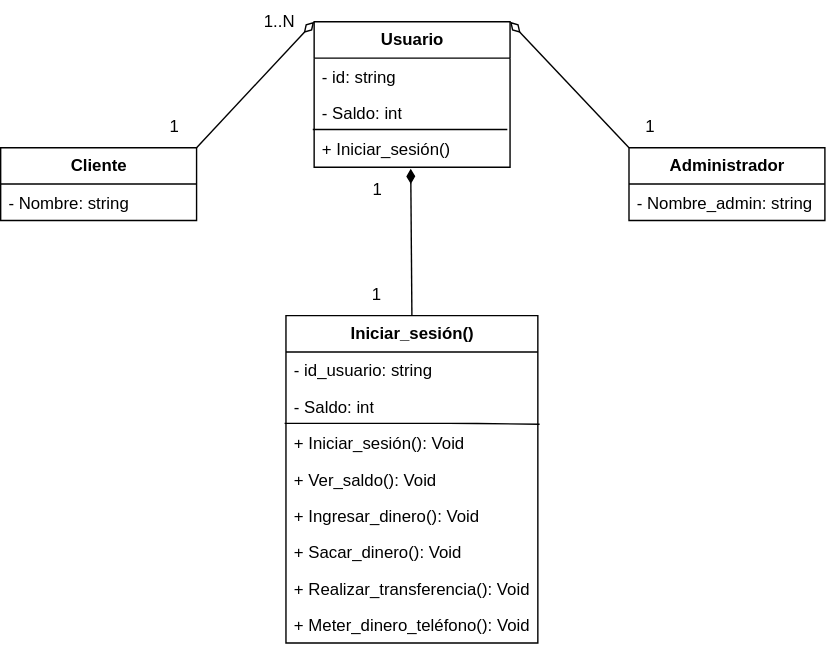
This is Diagrama de clases/Tarea_cajero/DClases-cajero_automatico.svg from GRMiguelAngel/ETS, a draw.io export, as it was before one commit. Source tidied: cells renumbered, new cells last; positions are measured from the earlier drawing's top-left corner, leaving out a move shared by most shapes. Its diagram source:
```xml
<mxGraphModel>
  <root>
    <mxCell id="0" />
    <mxCell id="1" parent="0" />
    <mxCell id="2" value="Cliente" style="swimlane;fontStyle=1;horizontal=1;startSize=26;fillColor=none;html=1;" parent="1" vertex="1">
      <mxGeometry y="105" width="140" height="52" as="geometry" />
    </mxCell>
    <mxCell id="3" value="- Nombre: string" style="text;strokeColor=none;fillColor=none;align=left;verticalAlign=top;spacingLeft=4;spacingRight=4;overflow=hidden;whiteSpace=wrap;html=1;" parent="2" vertex="1">
      <mxGeometry y="26" width="140" height="26" as="geometry" />
    </mxCell>
    <mxCell id="4" value="Administrador" style="swimlane;fontStyle=1;horizontal=1;startSize=26;fillColor=none;html=1;" parent="1" vertex="1">
      <mxGeometry x="449" y="105" width="140" height="52" as="geometry" />
    </mxCell>
    <mxCell id="5" value="- Nombre_admin: string" style="text;strokeColor=none;fillColor=none;align=left;verticalAlign=top;spacingLeft=4;spacingRight=4;overflow=hidden;whiteSpace=wrap;html=1;" parent="4" vertex="1">
      <mxGeometry y="26" width="140" height="26" as="geometry" />
    </mxCell>
    <mxCell id="6" value="Iniciar_sesión()" style="swimlane;fontStyle=1;horizontal=1;startSize=26;fillColor=none;html=1;" parent="1" vertex="1">
      <mxGeometry x="203.9" y="225" width="180" height="234" as="geometry" />
    </mxCell>
    <mxCell id="7" value="- id_usuario: string" style="text;strokeColor=none;fillColor=none;align=left;verticalAlign=top;spacingLeft=4;spacingRight=4;overflow=hidden;whiteSpace=wrap;html=1;" parent="6" vertex="1">
      <mxGeometry y="26" width="180" height="26" as="geometry" />
    </mxCell>
    <mxCell id="8" value="- Saldo: int" style="text;strokeColor=none;fillColor=none;align=left;verticalAlign=top;spacingLeft=4;spacingRight=4;overflow=hidden;whiteSpace=wrap;html=1;" parent="6" vertex="1">
      <mxGeometry y="52" width="180" height="26" as="geometry" />
    </mxCell>
    <mxCell id="9" value="+ Iniciar_sesión(): Void" style="text;strokeColor=none;fillColor=none;align=left;verticalAlign=top;spacingLeft=4;spacingRight=4;overflow=hidden;points=[[0,0.5],[1,0.5]];portConstraint=eastwest;whiteSpace=wrap;html=1;" parent="6" vertex="1">
      <mxGeometry y="78" width="180" height="26" as="geometry" />
    </mxCell>
    <mxCell id="10" style="endArrow=none;html=1;entryX=-0.007;entryY=-0.038;entryDx=0;entryDy=0;entryPerimeter=0;exitX=1.007;exitY=-0.013;exitDx=0;exitDy=0;exitPerimeter=0;" parent="6" edge="1" source="9">
      <mxGeometry relative="1" as="geometry">
        <mxPoint x="-1" y="77" as="targetPoint" />
        <Array as="points">
          <mxPoint x="126.5" y="77" />
        </Array>
      </mxGeometry>
    </mxCell>
    <mxCell id="11" value="+ Ver_saldo(): Void" style="text;strokeColor=none;fillColor=none;align=left;verticalAlign=top;spacingLeft=4;spacingRight=4;overflow=hidden;whiteSpace=wrap;html=1;" parent="6" vertex="1">
      <mxGeometry y="104" width="180" height="26" as="geometry" />
    </mxCell>
    <mxCell id="12" value="+ Ingresar_dinero(): Void" style="text;strokeColor=none;fillColor=none;align=left;verticalAlign=top;spacingLeft=4;spacingRight=4;overflow=hidden;whiteSpace=wrap;html=1;" parent="6" vertex="1">
      <mxGeometry y="130" width="180" height="26" as="geometry" />
    </mxCell>
    <mxCell id="13" value="+ Sacar_dinero(): Void" style="text;strokeColor=none;fillColor=none;align=left;verticalAlign=top;spacingLeft=4;spacingRight=4;overflow=hidden;whiteSpace=wrap;html=1;" parent="6" vertex="1">
      <mxGeometry y="156" width="180" height="26" as="geometry" />
    </mxCell>
    <mxCell id="14" value="+ Realizar_transferencia(): Void" style="text;strokeColor=none;fillColor=none;align=left;verticalAlign=top;spacingLeft=4;spacingRight=4;overflow=hidden;whiteSpace=wrap;html=1;" parent="6" vertex="1">
      <mxGeometry y="182" width="180" height="26" as="geometry" />
    </mxCell>
    <mxCell id="15" value="+ Meter_dinero_teléfono(): Void" style="text;strokeColor=none;fillColor=none;align=left;verticalAlign=top;spacingLeft=4;spacingRight=4;overflow=hidden;whiteSpace=wrap;html=1;" parent="6" vertex="1">
      <mxGeometry y="208" width="180" height="26" as="geometry" />
    </mxCell>
    <mxCell id="16" value="Usuario" style="swimlane;fontStyle=1;horizontal=1;startSize=26;fillColor=none;html=1;" parent="1" vertex="1">
      <mxGeometry x="224" y="15" width="140" height="104" as="geometry" />
    </mxCell>
    <mxCell id="17" value="- id: string" style="text;strokeColor=none;fillColor=none;align=left;verticalAlign=top;spacingLeft=4;spacingRight=4;overflow=hidden;whiteSpace=wrap;html=1;" parent="16" vertex="1">
      <mxGeometry y="26" width="140" height="26" as="geometry" />
    </mxCell>
    <mxCell id="18" value="- Saldo: int" style="text;strokeColor=none;fillColor=none;align=left;verticalAlign=top;spacingLeft=4;spacingRight=4;overflow=hidden;whiteSpace=wrap;html=1;" parent="16" vertex="1">
      <mxGeometry y="52" width="140" height="26" as="geometry" />
    </mxCell>
    <mxCell id="19" value="+ Iniciar_sesión()" style="text;strokeColor=none;fillColor=none;align=left;verticalAlign=top;spacingLeft=4;spacingRight=4;overflow=hidden;points=[[0,0.5],[1,0.5]];portConstraint=eastwest;whiteSpace=wrap;html=1;" parent="16" vertex="1">
      <mxGeometry y="78" width="140" height="26" as="geometry" />
    </mxCell>
    <mxCell id="20" style="endArrow=none;html=1;entryX=-0.007;entryY=-0.038;entryDx=0;entryDy=0;entryPerimeter=0;exitX=0.986;exitY=-0.038;exitDx=0;exitDy=0;exitPerimeter=0;" parent="16" edge="1">
      <mxGeometry relative="1" as="geometry">
        <mxPoint x="138" y="77" as="sourcePoint" />
        <mxPoint x="-1" y="77" as="targetPoint" />
      </mxGeometry>
    </mxCell>
    <mxCell id="21" style="endArrow=none;startArrow=diamondThin;endFill=0;startFill=0;html=1;verticalAlign=bottom;labelBackgroundColor=none;strokeWidth=1;startSize=8;endSize=8;entryX=1;entryY=0;entryDx=0;entryDy=0;exitX=0;exitY=0;exitDx=0;exitDy=0;" parent="1" edge="1" source="16" target="2">
      <mxGeometry relative="1" as="geometry" />
    </mxCell>
    <mxCell id="22" style="endArrow=none;startArrow=diamondThin;endFill=0;startFill=0;html=1;verticalAlign=bottom;labelBackgroundColor=none;strokeWidth=1;startSize=8;endSize=8;entryX=0;entryY=0;entryDx=0;entryDy=0;exitX=1;exitY=0;exitDx=0;exitDy=0;" parent="1" edge="1" source="16" target="4">
      <mxGeometry relative="1" as="geometry" />
    </mxCell>
    <mxCell id="23" style="endArrow=none;startArrow=diamondThin;endFill=0;startFill=1;html=1;verticalAlign=bottom;labelBackgroundColor=none;strokeWidth=1;startSize=8;endSize=8;exitX=0.493;exitY=1.038;exitDx=0;exitDy=0;exitPerimeter=0;entryX=0.5;entryY=0;entryDx=0;entryDy=0;" parent="1" edge="1" source="19" target="6">
      <mxGeometry relative="1" as="geometry" />
    </mxCell>
    <mxCell id="24" value="1..N" style="text;html=1;align=center;verticalAlign=middle;strokeColor=none;fillColor=none;" parent="1" vertex="1">
      <mxGeometry x="174" width="50" height="30" as="geometry" />
    </mxCell>
    <mxCell id="25" value="1&lt;br&gt;" style="text;html=1;align=center;verticalAlign=middle;strokeColor=none;fillColor=none;" parent="1" vertex="1">
      <mxGeometry x="109" y="75" width="30" height="30" as="geometry" />
    </mxCell>
    <mxCell id="26" value="1" style="text;html=1;align=center;verticalAlign=middle;strokeColor=none;fillColor=none;" parent="1" vertex="1">
      <mxGeometry x="449" y="75" width="30" height="30" as="geometry" />
    </mxCell>
    <mxCell id="27" value="1" style="text;strokeColor=none;align=center;fillColor=none;html=1;verticalAlign=middle;whiteSpace=wrap;rounded=0;" parent="1" vertex="1">
      <mxGeometry x="239" y="195" width="60" height="30" as="geometry" />
    </mxCell>
    <mxCell id="28" value="1" style="text;html=1;align=center;verticalAlign=middle;strokeColor=none;fillColor=none;" parent="1" vertex="1">
      <mxGeometry x="254" y="120" width="30" height="30" as="geometry" />
    </mxCell>
  </root>
</mxGraphModel>
```
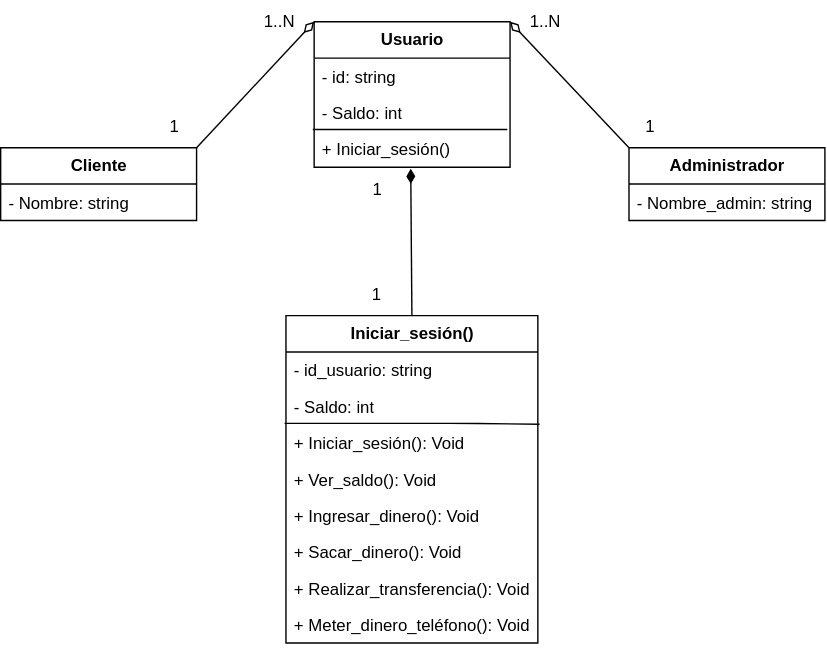
After the change.

Commit message:
Subida de tarea cajero

Change to the diagram source:
```diff
@@ -91,5 +91,8 @@
     <mxCell id="28" value="1" style="text;html=1;align=center;verticalAlign=middle;strokeColor=none;fillColor=none;" parent="1" vertex="1">
       <mxGeometry x="254" y="120" width="30" height="30" as="geometry" />
     </mxCell>
+    <mxCell id="29" value="1..N" style="text;html=1;align=center;verticalAlign=middle;strokeColor=none;fillColor=none;rotation=0;" parent="1" vertex="1">
+      <mxGeometry x="364" width="50" height="30" as="geometry" />
+    </mxCell>
   </root>
 </mxGraphModel>
```
